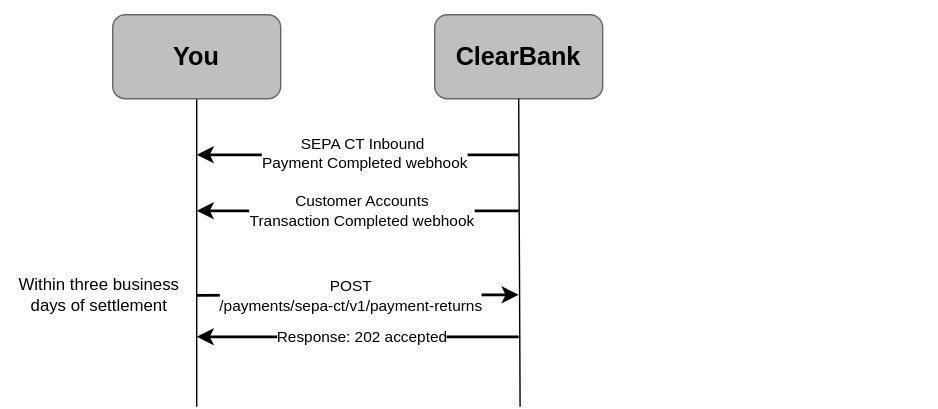
Earlier version of the draw.io export static/assets/images/sepa-ct-return.svg (clearbank/clearbank.github.io). Source tidied: cells renumbered, new cells last; positions are measured from the earlier drawing's top-left corner, leaving out a move shared by most shapes.
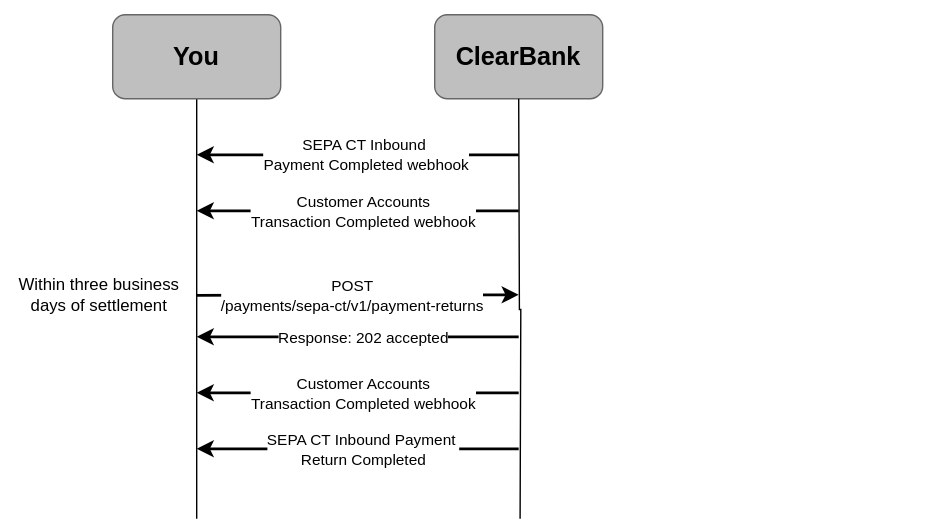
Above is the later version.

Commit message:
SEPA CT recall and return update

Change to the diagram source:
```diff
@@ -30,12 +30,12 @@
     <mxCell id="7" style="edgeStyle=orthogonalEdgeStyle;rounded=0;orthogonalLoop=1;jettySize=auto;html=1;endArrow=none;endFill=0;fontFamily=Arial;" parent="1" edge="1">
       <mxGeometry relative="1" as="geometry">
         <mxPoint x="370" y="70" as="sourcePoint" />
-        <mxPoint x="371" y="290" as="targetPoint" />
+        <mxPoint x="371" y="370" as="targetPoint" />
       </mxGeometry>
     </mxCell>
     <mxCell id="8" style="edgeStyle=orthogonalEdgeStyle;rounded=0;jettySize=auto;html=1;endArrow=none;endFill=0;fontFamily=Arial;" parent="1" edge="1" source="9">
       <mxGeometry relative="1" as="geometry">
-        <mxPoint x="140" y="290" as="targetPoint" />
+        <mxPoint x="140" y="370" as="targetPoint" />
       </mxGeometry>
     </mxCell>
     <mxCell id="9" value="You" style="rounded=1;whiteSpace=wrap;html=1;strokeColor=#666666;fillColor=#BFBFBF;gradientColor=none;fontFamily=Arial;fontStyle=1;fontSize=18;" parent="1" vertex="1">
@@ -72,5 +72,27 @@
         <mxPoint x="13" y="1" as="offset" />
       </mxGeometry>
     </mxCell>
+    <mxCell id="17" style="endArrow=classic;html=1;rounded=0;strokeWidth=2;fontFamily=Arial;" parent="1" edge="1">
+      <mxGeometry relative="1" as="geometry">
+        <mxPoint x="370" y="280" as="sourcePoint" />
+        <mxPoint x="140" y="280" as="targetPoint" />
+      </mxGeometry>
+    </mxCell>
+    <mxCell id="18" value="Customer Accounts&lt;br&gt;Transaction Completed webhook" style="edgeLabel;html=1;align=center;verticalAlign=middle;fontFamily=Arial;" parent="17" vertex="1">
+      <mxGeometry x="0.09" y="-1" relative="1" as="geometry">
+        <mxPoint x="13" y="1" as="offset" />
+      </mxGeometry>
+    </mxCell>
+    <mxCell id="19" style="endArrow=classic;html=1;rounded=0;strokeWidth=2;fontFamily=Arial;" parent="1" edge="1">
+      <mxGeometry relative="1" as="geometry">
+        <mxPoint x="370" y="320" as="sourcePoint" />
+        <mxPoint x="140" y="320" as="targetPoint" />
+      </mxGeometry>
+    </mxCell>
+    <mxCell id="20" value="SEPA CT Inbound Payment&amp;nbsp;&lt;div&gt;Return Completed&lt;/div&gt;" style="edgeLabel;html=1;align=center;verticalAlign=middle;fontFamily=Arial;" parent="19" vertex="1">
+      <mxGeometry x="0.09" y="-1" relative="1" as="geometry">
+        <mxPoint x="13" y="1" as="offset" />
+      </mxGeometry>
+    </mxCell>
   </root>
 </mxGraphModel>
```
